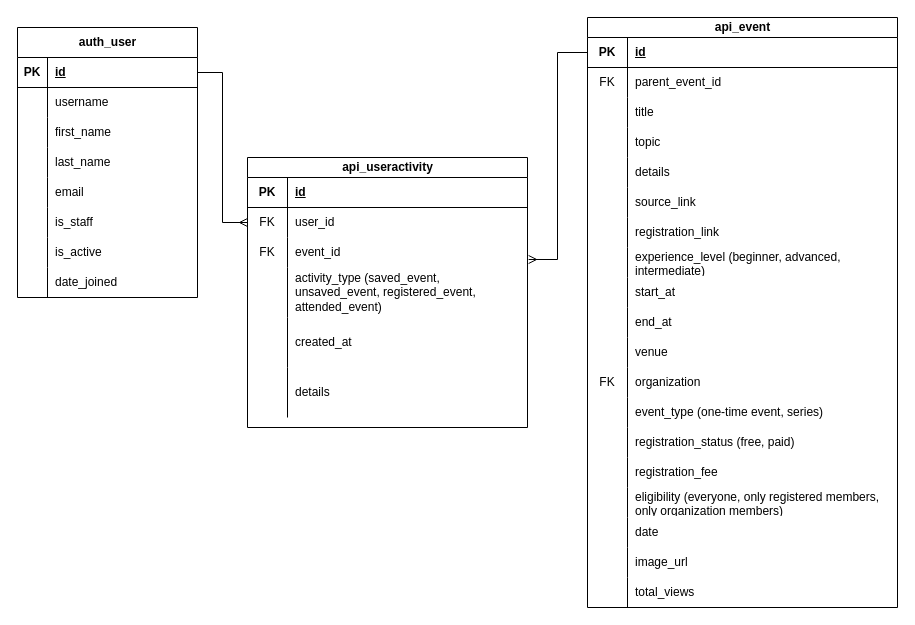
The draw.io diagram page "User Activity" (6 of 7) of 2Gether.drawio in RHILIUS/drawio, before the edit. Source tidied: cells renumbered, new cells numbered last; positions are measured from the earlier drawing's top-left corner, leaving out a move shared by most shapes. Both pictures are drawn from the tidied source at 100%, with x=0, y=0 at pixel (17, 17).
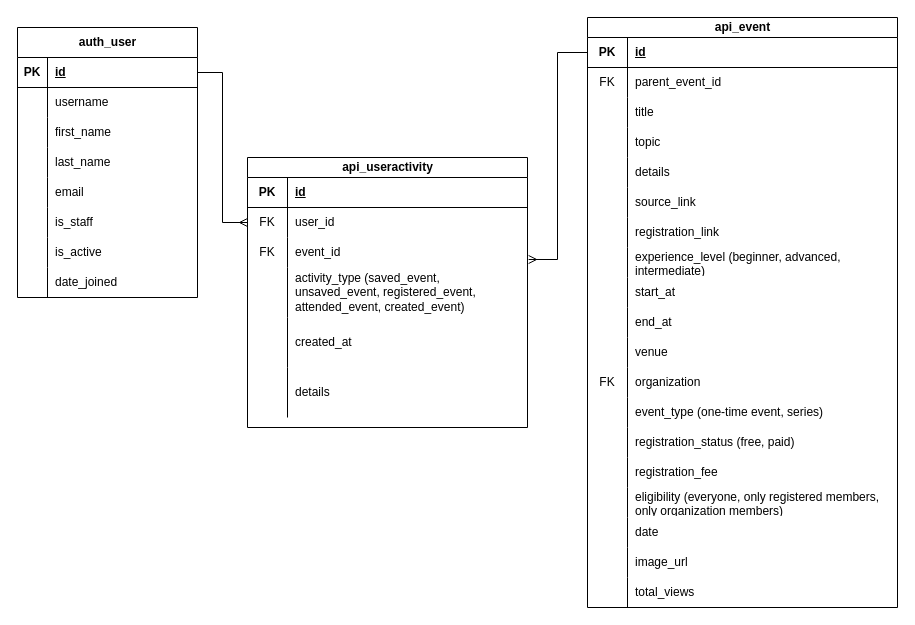
After the change.

Unchanged cells that the change refers to:
```xml
<mxCell id="12" style="shape=tableRow;horizontal=0;startSize=0;swimlaneHead=0;swimlaneBody=0;fillColor=none;top=0;left=0;right=0;bottom=0;" parent="2" vertex="1">
  <mxGeometry y="110" width="280" height="50" as="geometry" />
</mxCell>
```

Diff of the diagram source:
```diff
@@
-    <mxCell id="14" value="activity_type (saved_event, unsaved_event, registered_event, attended_event)" style="shape=partialRectangle;fillColor=none;top=0;left=0;bottom=0;right=0;align=left;spacingLeft=6;overflow=hidden;whiteSpace=wrap;html=1;" parent="12" vertex="1">
+    <mxCell id="14" value="activity_type (saved_event, unsaved_event, registered_event, attended_event, created_event)" style="shape=partialRectangle;fillColor=none;top=0;left=0;bottom=0;right=0;align=left;spacingLeft=6;overflow=hidden;whiteSpace=wrap;html=1;" parent="12" vertex="1">
       <mxGeometry x="40" width="240" height="50" as="geometry" />
     </mxCell>
```
